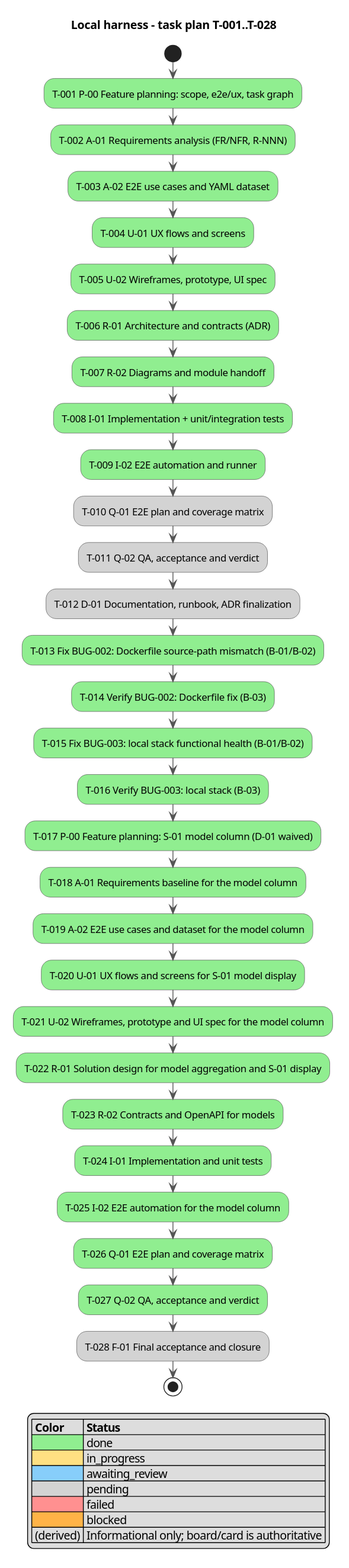
Earlier version of the PlantUML export docs/activity.svg (serge-sasov/ai-task-tracker).
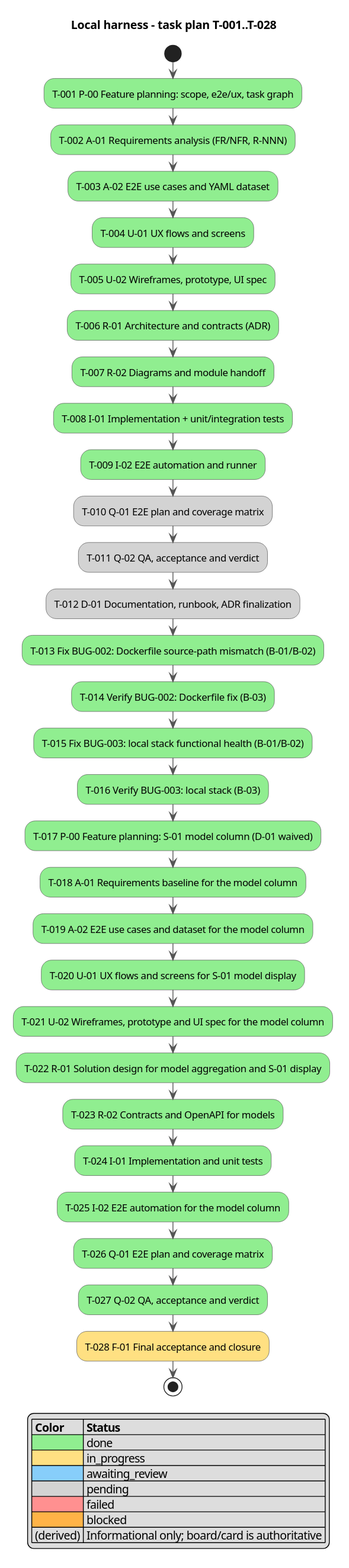
Above is the later version.

Commit message:
T-028: start F-01 final acceptance

The edit, as a diff of the source:
```diff
@@ -33,7 +33,7 @@
 :T-025 I-02 E2E automation for the model column; <<#90EE90>>
 :T-026 Q-01 E2E plan and coverage matrix; <<#90EE90>>
 :T-027 Q-02 QA, acceptance and verdict; <<#90EE90>>
-:T-028 F-01 Final acceptance and closure; <<#D3D3D3>>
+:T-028 F-01 Final acceptance and closure; <<#FFE082>>
 stop
 
 legend right
```
